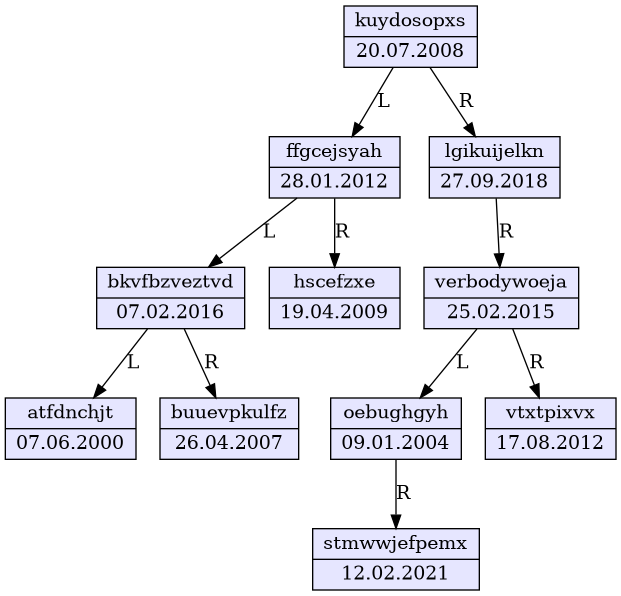
This is 6/tree.png from burindin235/tisd, a Graphviz export, as it was before one commit. Its source is kept beside it as 6/tree.dot.
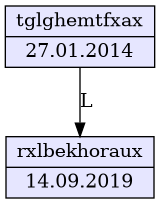
Above is the later version.

What changed in the source:
```diff
@@ -1,24 +1,6 @@
 digraph BST {
   node [shape=record, style=filled, fillcolor="#E6E6FF"];
-  "0x597ca37a0ac0" [label="{kuydosopxs | 20.07.2008}"];
-  "0x597ca37a0ac0" -> "0x597ca37a0bc0" [label="L"];
-  "0x597ca37a0bc0" [label="{ffgcejsyah | 28.01.2012}"];
-  "0x597ca37a0bc0" -> "0x597ca37a0d40" [label="L"];
-  "0x597ca37a0d40" [label="{bkvfbzveztvd | 07.02.2016}"];
-  "0x597ca37a0d40" -> "0x597ca37a1330" [label="L"];
-  "0x597ca37a1330" [label="{atfdnchjt | 07.06.2000}"];
-  "0x597ca37a0d40" -> "0x597ca37a0e40" [label="R"];
-  "0x597ca37a0e40" [label="{buuevpkulfz | 26.04.2007}"];
-  "0x597ca37a0bc0" -> "0x597ca37a13b0" [label="R"];
-  "0x597ca37a13b0" [label="{hscefzxe | 19.04.2009}"];
-  "0x597ca37a0ac0" -> "0x597ca37a0b40" [label="R"];
-  "0x597ca37a0b40" [label="{lgikuijelkn | 27.09.2018}"];
-  "0x597ca37a0b40" -> "0x597ca37a0c40" [label="R"];
-  "0x597ca37a0c40" [label="{verbodywoeja | 25.02.2015}"];
-  "0x597ca37a0c40" -> "0x597ca37a0cc0" [label="L"];
-  "0x597ca37a0cc0" [label="{oebughgyh | 09.01.2004}"];
-  "0x597ca37a0cc0" -> "0x597ca37a0dc0" [label="R"];
-  "0x597ca37a0dc0" [label="{stmwwjefpemx | 12.02.2021}"];
-  "0x597ca37a0c40" -> "0x597ca37a12b0" [label="R"];
-  "0x597ca37a12b0" [label="{vtxtpixvx | 17.08.2012}"];
+  "0x56c934b8db40" [label="{tglghemtfxax | 27.01.2014}"];
+  "0x56c934b8db40" -> "0x56c934b8dbc0" [label="L"];
+  "0x56c934b8dbc0" [label="{rxlbekhoraux | 14.09.2019}"];
 }
```
